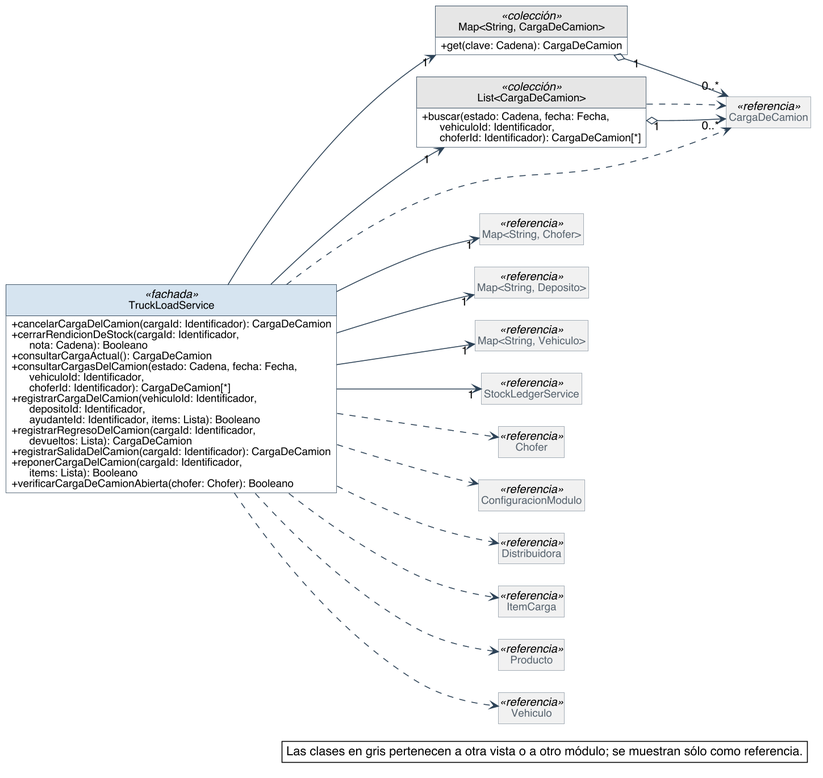
Earlier version of the PlantUML export diagramas/clases-diseno/DC_Mod_Carga-del-camion.png (Nahuelito-Dev/splg-docs).
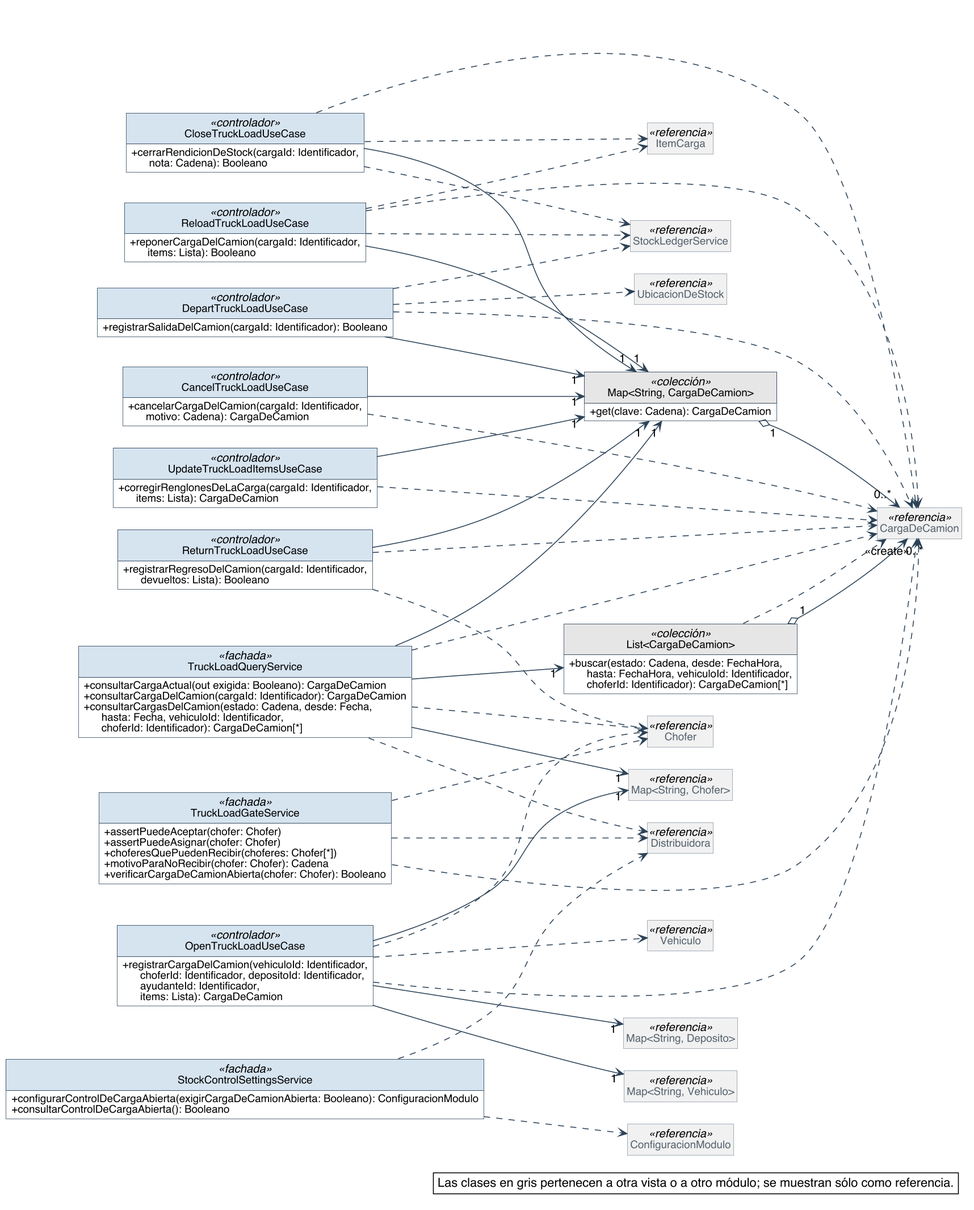
After the commit.

What changed in the source:
```diff
@@ -60,51 +60,100 @@
 left to right direction
 skinparam nodesep 25
 skinparam ranksep 90
-class TruckLoadService <<fachada>> {
-  + cancelarCargaDelCamion(cargaId: Identificador): CargaDeCamion
-  + cerrarRendicionDeStock(cargaId: Identificador,\n      nota: Cadena): Booleano
-  + consultarCargaActual(): CargaDeCamion
-  + consultarCargasDelCamion(estado: Cadena, fecha: Fecha,\n      vehiculoId: Identificador,\n      choferId: Identificador): CargaDeCamion[*]
-  + registrarCargaDelCamion(vehiculoId: Identificador,\n      depositoId: Identificador,\n      ayudanteId: Identificador, items: Lista): Booleano
-  + registrarRegresoDelCamion(cargaId: Identificador,\n      devueltos: Lista): CargaDeCamion
-  + registrarSalidaDelCamion(cargaId: Identificador): CargaDeCamion
-  + reponerCargaDelCamion(cargaId: Identificador,\n      items: Lista): Booleano
+class TruckLoadGateService <<fachada>> {
+  + assertPuedeAceptar(chofer: Chofer)
+  + assertPuedeAsignar(chofer: Chofer)
+  + choferesQuePuedenRecibir(choferes: Chofer[*])
+  + motivoParaNoRecibir(chofer: Chofer): Cadena
   + verificarCargaDeCamionAbierta(chofer: Chofer): Booleano
+}
+class UpdateTruckLoadItemsUseCase <<controlador>> {
+  + corregirRenglonesDeLaCarga(cargaId: Identificador,\n      items: Lista): CargaDeCamion
 }
 class "Map<String, CargaDeCamion>" as Map_String_CargaDeCamion <<colección>> {
   + get(clave: Cadena): CargaDeCamion
 }
+class OpenTruckLoadUseCase <<controlador>> {
+  + registrarCargaDelCamion(vehiculoId: Identificador,\n      choferId: Identificador, depositoId: Identificador,\n      ayudanteId: Identificador,\n      items: Lista): CargaDeCamion
+}
+class ReloadTruckLoadUseCase <<controlador>> {
+  + reponerCargaDelCamion(cargaId: Identificador,\n      items: Lista): Booleano
+}
+class DepartTruckLoadUseCase <<controlador>> {
+  + registrarSalidaDelCamion(cargaId: Identificador): Booleano
+}
+class ReturnTruckLoadUseCase <<controlador>> {
+  + registrarRegresoDelCamion(cargaId: Identificador,\n      devueltos: Lista): Booleano
+}
+class CloseTruckLoadUseCase <<controlador>> {
+  + cerrarRendicionDeStock(cargaId: Identificador,\n      nota: Cadena): Booleano
+}
+class TruckLoadQueryService <<fachada>> {
+  + consultarCargaActual(out exigida: Booleano): CargaDeCamion
+  + consultarCargaDelCamion(cargaId: Identificador): CargaDeCamion
+  + consultarCargasDelCamion(estado: Cadena, desde: Fecha,\n      hasta: Fecha, vehiculoId: Identificador,\n      choferId: Identificador): CargaDeCamion[*]
+}
+class StockControlSettingsService <<fachada>> {
+  + configurarControlDeCargaAbierta(exigirCargaDeCamionAbierta: Booleano): ConfiguracionModulo
+  + consultarControlDeCargaAbierta(): Booleano
+}
+class CancelTruckLoadUseCase <<controlador>> {
+  + cancelarCargaDelCamion(cargaId: Identificador,\n      motivo: Cadena): CargaDeCamion
+}
 class "List<CargaDeCamion>" as List_CargaDeCamion <<colección>> {
-  + buscar(estado: Cadena, fecha: Fecha,\n      vehiculoId: Identificador,\n      choferId: Identificador): CargaDeCamion[*]
+  + buscar(estado: Cadena, desde: FechaHora,\n      hasta: FechaHora, vehiculoId: Identificador,\n      choferId: Identificador): CargaDeCamion[*]
 }
 class CargaDeCamion <<referencia>>
 class "Map<String, Chofer>" as Map_String_Chofer <<referencia>>
 class "Map<String, Deposito>" as Map_String_Deposito <<referencia>>
 class "Map<String, Vehiculo>" as Map_String_Vehiculo <<referencia>>
+class ItemCarga <<referencia>>
 class StockLedgerService <<referencia>>
+class UbicacionDeStock <<referencia>>
 class Chofer <<referencia>>
+class Vehiculo <<referencia>>
 class ConfiguracionModulo <<referencia>>
 class Distribuidora <<referencia>>
-class ItemCarga <<referencia>>
-class Producto <<referencia>>
-class Vehiculo <<referencia>>
 
 Map_String_CargaDeCamion "1" o--> "0..*" CargaDeCamion
 List_CargaDeCamion "1" o--> "0..*" CargaDeCamion
-TruckLoadService --> "1" List_CargaDeCamion
-TruckLoadService --> "1" Map_String_CargaDeCamion
-TruckLoadService --> "1" Map_String_Chofer
-TruckLoadService --> "1" Map_String_Deposito
-TruckLoadService --> "1" Map_String_Vehiculo
-TruckLoadService --> "1" StockLedgerService
+CancelTruckLoadUseCase --> "1" Map_String_CargaDeCamion
+CloseTruckLoadUseCase --> "1" Map_String_CargaDeCamion
+DepartTruckLoadUseCase --> "1" Map_String_CargaDeCamion
+OpenTruckLoadUseCase --> "1" Map_String_Chofer
+OpenTruckLoadUseCase --> "1" Map_String_Deposito
+OpenTruckLoadUseCase --> "1" Map_String_Vehiculo
+ReloadTruckLoadUseCase --> "1" Map_String_CargaDeCamion
+ReturnTruckLoadUseCase --> "1" Map_String_CargaDeCamion
+TruckLoadQueryService --> "1" List_CargaDeCamion
+TruckLoadQueryService --> "1" Map_String_CargaDeCamion
+TruckLoadQueryService --> "1" Map_String_Chofer
+UpdateTruckLoadItemsUseCase --> "1" Map_String_CargaDeCamion
+CancelTruckLoadUseCase ..> CargaDeCamion
+CloseTruckLoadUseCase ..> CargaDeCamion
+CloseTruckLoadUseCase ..> ItemCarga
+CloseTruckLoadUseCase ..> StockLedgerService
+DepartTruckLoadUseCase ..> CargaDeCamion
+DepartTruckLoadUseCase ..> StockLedgerService
+DepartTruckLoadUseCase ..> UbicacionDeStock
 List_CargaDeCamion ..> CargaDeCamion
-TruckLoadService ..> CargaDeCamion
-TruckLoadService ..> Chofer
-TruckLoadService ..> ConfiguracionModulo
-TruckLoadService ..> Distribuidora
-TruckLoadService ..> ItemCarga
-TruckLoadService ..> Producto
-TruckLoadService ..> Vehiculo
+OpenTruckLoadUseCase ..> "<<create>>" CargaDeCamion
+OpenTruckLoadUseCase ..> Chofer
+OpenTruckLoadUseCase ..> Vehiculo
+ReloadTruckLoadUseCase ..> CargaDeCamion
+ReloadTruckLoadUseCase ..> ItemCarga
+ReloadTruckLoadUseCase ..> StockLedgerService
+ReturnTruckLoadUseCase ..> CargaDeCamion
+ReturnTruckLoadUseCase ..> Chofer
+StockControlSettingsService ..> ConfiguracionModulo
+StockControlSettingsService ..> Distribuidora
+TruckLoadGateService ..> CargaDeCamion
+TruckLoadGateService ..> Chofer
+TruckLoadGateService ..> Distribuidora
+TruckLoadQueryService ..> CargaDeCamion
+TruckLoadQueryService ..> Chofer
+TruckLoadQueryService ..> Distribuidora
+UpdateTruckLoadItemsUseCase ..> CargaDeCamion
 
 legend bottom right
   Las clases en gris pertenecen a otra vista o a otro módulo; se muestran sólo como referencia.
```
